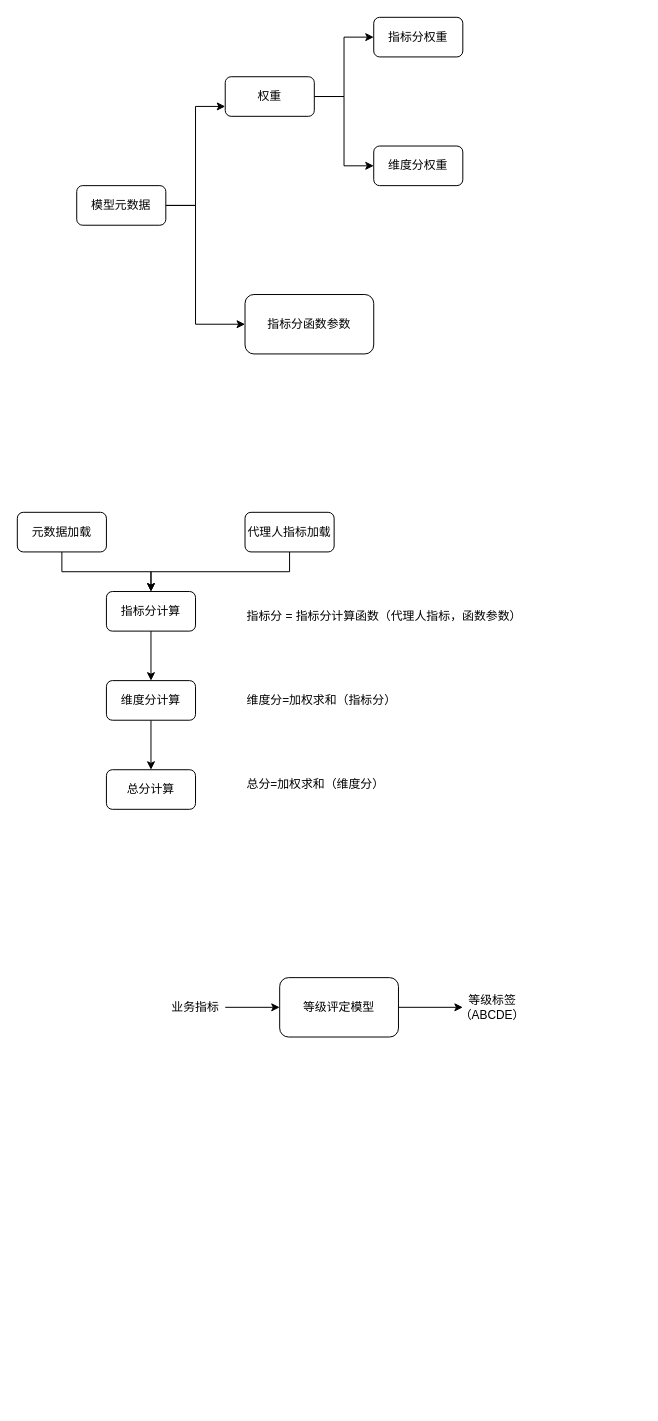
This is 友邦/总分计算.drawio from XiaoLiuAI/diagrams, a draw.io file, before an edit. Source tidied: cells renumbered, new cells numbered last; positions are measured from the earlier drawing's top-left corner, leaving out a move shared by most shapes. Both pictures are drawn from the tidied source at 99%, with x=0, y=0 at pixel (17, 17).
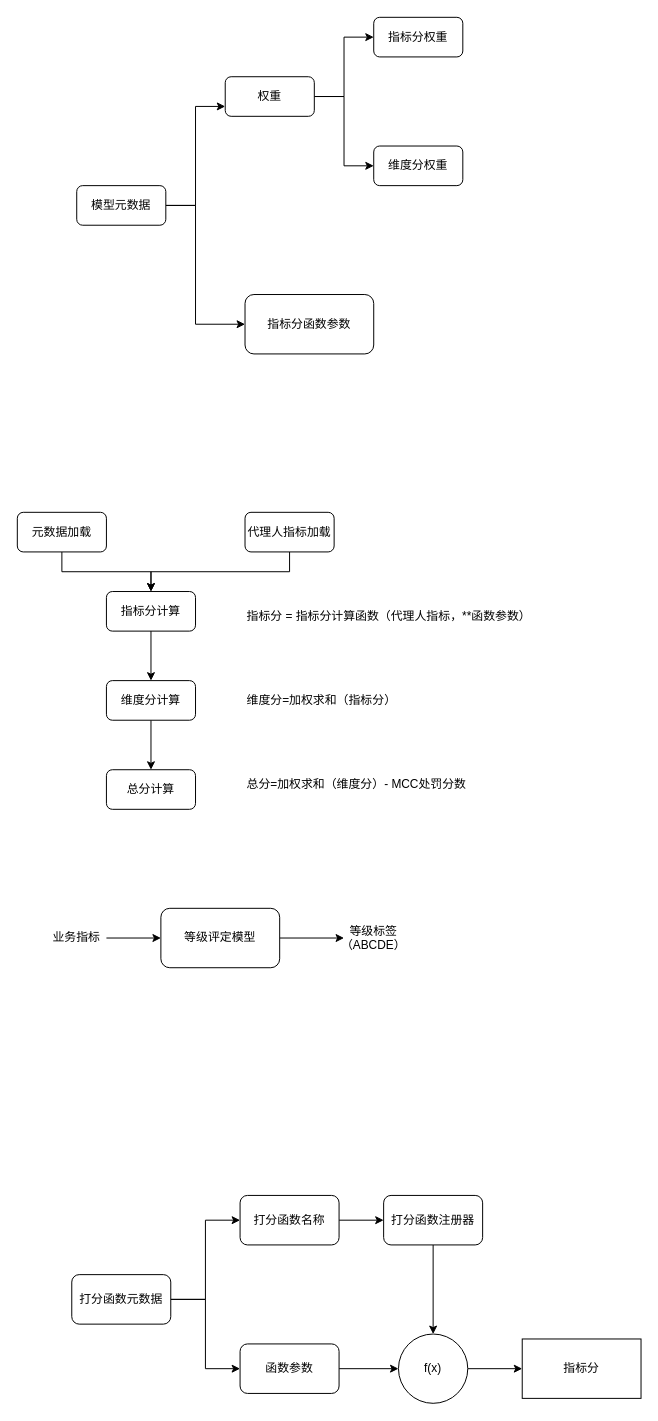
The same page after the edit.

Change to the diagram source:
```diff
@@
-    <mxCell id="20" value="指标分 = 指标分计算函数（代理人指标，函数参数）" style="text;html=1;strokeColor=none;fillColor=none;align=left;verticalAlign=middle;whiteSpace=wrap;rounded=0;" parent="1" vertex="1">
+    <mxCell id="20" value="指标分 = 指标分计算函数（代理人指标，**函数参数）" style="text;html=1;strokeColor=none;fillColor=none;align=left;verticalAlign=middle;whiteSpace=wrap;rounded=0;" parent="1" vertex="1">
       <mxGeometry x="230" y="590" width="310" height="30" as="geometry" />
     </mxCell>
     <mxCell id="21" value="维度分=加权求和（指标分）" style="text;html=1;strokeColor=none;fillColor=none;align=left;verticalAlign=middle;whiteSpace=wrap;rounded=0;" parent="1" vertex="1">
-      <mxGeometry x="230" y="675" width="190" height="30" as="geometry" />
+      <mxGeometry x="230" y="675" width="160" height="30" as="geometry" />
     </mxCell>
-    <mxCell id="22" value="总分=加权求和（维度分）" style="text;html=1;strokeColor=none;fillColor=none;align=left;verticalAlign=middle;whiteSpace=wrap;rounded=0;" parent="1" vertex="1">
-      <mxGeometry x="230" y="760" width="190" height="30" as="geometry" />
+    <mxCell id="22" value="总分=加权求和（维度分）- MCC处罚分数" style="text;html=1;strokeColor=none;fillColor=none;align=left;verticalAlign=middle;whiteSpace=wrap;rounded=0;" parent="1" vertex="1">
+      <mxGeometry x="230" y="760" width="250" height="30" as="geometry" />
     </mxCell>
@@
     <mxCell id="24" value="等级评定模型" style="rounded=1;whiteSpace=wrap;html=1;" parent="1" vertex="1">
-      <mxGeometry x="265" y="970" width="120" height="60" as="geometry" />
+      <mxGeometry x="145" y="900" width="120" height="60" as="geometry" />
     </mxCell>
@@
     <mxCell id="26" value="业务指标" style="text;html=1;strokeColor=none;fillColor=none;align=center;verticalAlign=middle;whiteSpace=wrap;rounded=0;" parent="1" vertex="1">
-      <mxGeometry x="150" y="985" width="60" height="30" as="geometry" />
+      <mxGeometry x="30" y="915" width="60" height="30" as="geometry" />
     </mxCell>
     <mxCell id="27" value="等级标签（ABCDE）" style="text;html=1;strokeColor=none;fillColor=none;align=center;verticalAlign=middle;whiteSpace=wrap;rounded=0;" parent="1" vertex="1">
-      <mxGeometry x="450" y="985" width="60" height="30" as="geometry" />
+      <mxGeometry x="330" y="915" width="60" height="30" as="geometry" />
     </mxCell>
+    <mxCell id="28" style="edgeStyle=orthogonalEdgeStyle;rounded=0;jettySize=auto;html=1;entryX=0;entryY=0.5;entryDx=0;entryDy=0;" parent="1" edge="1" source="30" target="32">
+      <mxGeometry relative="1" as="geometry" />
+    </mxCell>
+    <mxCell id="29" style="edgeStyle=orthogonalEdgeStyle;rounded=0;jettySize=auto;html=1;entryX=0;entryY=0.5;entryDx=0;entryDy=0;" parent="1" edge="1" source="30" target="34">
+      <mxGeometry relative="1" as="geometry" />
+    </mxCell>
+    <mxCell id="30" value="打分函数元数据" style="rounded=1;whiteSpace=wrap;html=1;" parent="1" vertex="1">
+      <mxGeometry x="55" y="1270" width="100" height="50" as="geometry" />
+    </mxCell>
+    <mxCell id="31" style="edgeStyle=orthogonalEdgeStyle;rounded=0;jettySize=auto;html=1;entryX=0;entryY=0.5;entryDx=0;entryDy=0;" parent="1" edge="1" source="32" target="36">
+      <mxGeometry relative="1" as="geometry" />
+    </mxCell>
+    <mxCell id="32" value="打分函数名称" style="rounded=1;whiteSpace=wrap;html=1;" parent="1" vertex="1">
+      <mxGeometry x="225" y="1190" width="100" height="50" as="geometry" />
+    </mxCell>
+    <mxCell id="33" style="edgeStyle=orthogonalEdgeStyle;rounded=0;jettySize=auto;html=1;entryX=0;entryY=0.5;entryDx=0;entryDy=0;" parent="1" edge="1" source="34" target="38">
+      <mxGeometry relative="1" as="geometry" />
+    </mxCell>
+    <mxCell id="34" value="函数参数" style="rounded=1;whiteSpace=wrap;html=1;" parent="1" vertex="1">
+      <mxGeometry x="225" y="1340" width="100" height="50" as="geometry" />
+    </mxCell>
+    <mxCell id="35" style="edgeStyle=orthogonalEdgeStyle;rounded=0;jettySize=auto;html=1;" parent="1" edge="1" source="36" target="38">
+      <mxGeometry relative="1" as="geometry" />
+    </mxCell>
+    <mxCell id="36" value="打分函数注册器" style="rounded=1;whiteSpace=wrap;html=1;" parent="1" vertex="1">
+      <mxGeometry x="370" y="1190" width="100" height="50" as="geometry" />
+    </mxCell>
+    <mxCell id="37" style="edgeStyle=orthogonalEdgeStyle;rounded=0;jettySize=auto;html=1;entryX=0;entryY=0.5;entryDx=0;entryDy=0;" parent="1" edge="1" source="38" target="39">
+      <mxGeometry relative="1" as="geometry" />
+    </mxCell>
+    <mxCell id="38" value="f(x)" style="ellipse;whiteSpace=wrap;html=1;" parent="1" vertex="1">
+      <mxGeometry x="385" y="1330" width="70" height="70" as="geometry" />
+    </mxCell>
+    <mxCell id="39" value="指标分" style="rounded=0;whiteSpace=wrap;html=1;" parent="1" vertex="1">
+      <mxGeometry x="510" y="1335" width="120" height="60" as="geometry" />
+    </mxCell>
```
